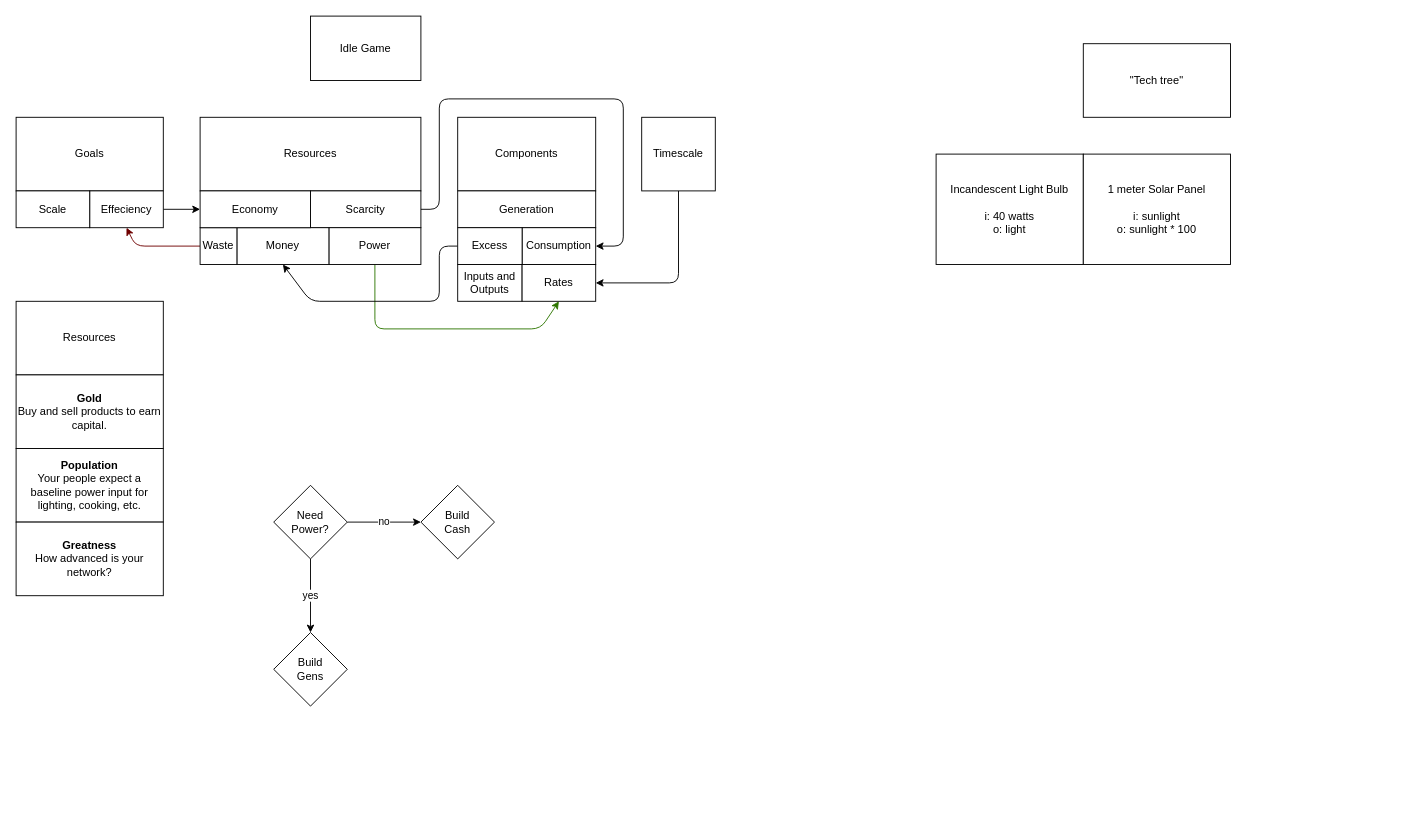
StinkyDubeau/dubeau-dot-org keeps this draw.io diagram as src/pages/Toys/Idle/Helpers/IdleGame.drawio. Above is the earlier version. Source tidied: cells renumbered, new cells numbered last; positions are measured from the earlier drawing's top-left corner, leaving out a move shared by most shapes. Both pictures are drawn from the tidied source at 92%, with x=0, y=0 at pixel (16, 16).
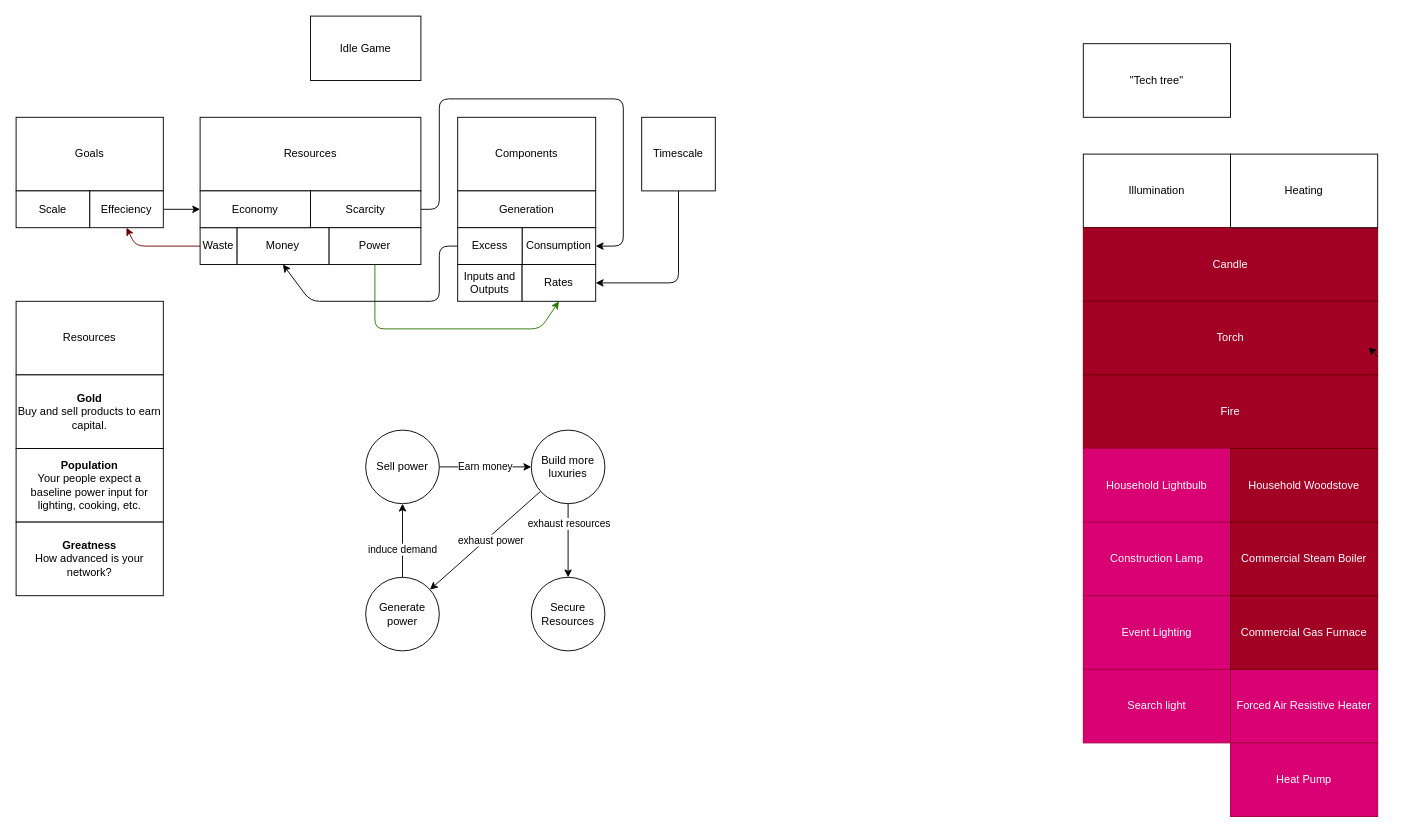
The same page after the edit.

Commit message:
Continue work on idle game drawings

Diff of the diagram source:
```diff
@@
-    <mxCell id="25" value="yes" style="edgeStyle=none;html=1;" parent="1" edge="1" source="27" target="28">
-      <mxGeometry relative="1" as="geometry" />
-    </mxCell>
-    <mxCell id="26" value="no" style="edgeStyle=none;html=1;" parent="1" edge="1" source="27" target="29">
-      <mxGeometry relative="1" as="geometry" />
-    </mxCell>
-    <mxCell id="27" value="Need&lt;div&gt;Power?&lt;/div&gt;" style="rhombus;whiteSpace=wrap;html=1;" parent="1" vertex="1">
-      <mxGeometry x="280" y="510" width="80" height="80" as="geometry" />
-    </mxCell>
-    <mxCell id="28" value="Build&lt;div&gt;Gens&lt;/div&gt;" style="rhombus;whiteSpace=wrap;html=1;" parent="1" vertex="1">
-      <mxGeometry x="280" y="670" width="80" height="80" as="geometry" />
-    </mxCell>
-    <mxCell id="29" value="Build&lt;div&gt;Cash&lt;/div&gt;" style="rhombus;whiteSpace=wrap;html=1;" parent="1" vertex="1">
-      <mxGeometry x="440" y="510" width="80" height="80" as="geometry" />
-    </mxCell>
@@
-    <mxCell id="31" value="Incandescent Light Bulb&lt;div&gt;&lt;br&gt;&lt;/div&gt;&lt;div&gt;i: 40 watts&lt;/div&gt;&lt;div&gt;o: light&lt;/div&gt;" style="rounded=0;whiteSpace=wrap;html=1;" parent="1" vertex="1">
-      <mxGeometry x="1000" y="150" width="160" height="120" as="geometry" />
-    </mxCell>
-    <mxCell id="32" value="1 meter Solar Panel&lt;div&gt;&lt;br&gt;&lt;/div&gt;&lt;div&gt;i: sunlight&lt;/div&gt;&lt;div&gt;o: sunlight * 100&lt;/div&gt;" style="rounded=0;whiteSpace=wrap;html=1;" parent="1" vertex="1">
-      <mxGeometry x="1160" y="150" width="160" height="120" as="geometry" />
-    </mxCell>
@@
+    <mxCell id="37" value="Earn money" style="edgeStyle=none;html=1;" parent="1" edge="1" source="38" target="43">
+      <mxGeometry relative="1" as="geometry" />
+    </mxCell>
+    <mxCell id="38" value="Sell power" style="ellipse;whiteSpace=wrap;html=1;" parent="1" vertex="1">
+      <mxGeometry x="380" y="450" width="80" height="80" as="geometry" />
+    </mxCell>
+    <mxCell id="39" style="edgeStyle=none;html=1;" parent="1" edge="1" source="43" target="45">
+      <mxGeometry relative="1" as="geometry" />
+    </mxCell>
+    <mxCell id="40" value="exhaust power" style="edgeLabel;html=1;align=center;verticalAlign=middle;" parent="39" vertex="1">
+      <mxGeometry x="-0.16" y="-3" relative="1" as="geometry">
+        <mxPoint x="-2" y="10" as="offset" />
+      </mxGeometry>
+    </mxCell>
+    <mxCell id="41" style="edgeStyle=none;html=1;" parent="1" edge="1" source="43" target="46">
+      <mxGeometry relative="1" as="geometry" />
+    </mxCell>
+    <mxCell id="42" value="exhaust resources" style="edgeLabel;html=1;align=center;verticalAlign=middle;" parent="41" vertex="1">
+      <mxGeometry x="-0.08" y="-1" relative="1" as="geometry">
+        <mxPoint x="1" y="-16" as="offset" />
+      </mxGeometry>
+    </mxCell>
+    <mxCell id="43" value="Build more luxuries" style="ellipse;whiteSpace=wrap;html=1;" parent="1" vertex="1">
+      <mxGeometry x="560" y="450" width="80" height="80" as="geometry" />
+    </mxCell>
+    <mxCell id="44" value="induce demand" style="edgeStyle=none;html=1;" parent="1" edge="1" source="45" target="38">
+      <mxGeometry x="-0.25" relative="1" as="geometry" />
+    </mxCell>
+    <mxCell id="45" value="Generate power" style="ellipse;whiteSpace=wrap;html=1;" parent="1" vertex="1">
+      <mxGeometry x="380" y="610" width="80" height="80" as="geometry" />
+    </mxCell>
+    <mxCell id="46" value="Secure&lt;div&gt;Resources&lt;/div&gt;" style="ellipse;whiteSpace=wrap;html=1;" parent="1" vertex="1">
+      <mxGeometry x="560" y="610" width="80" height="80" as="geometry" />
+    </mxCell>
+    <mxCell id="47" value="Illumination" style="rounded=0;whiteSpace=wrap;html=1;" parent="1" vertex="1">
+      <mxGeometry x="1160" y="150" width="160" height="80" as="geometry" />
+    </mxCell>
+    <mxCell id="48" value="Candle" style="rounded=0;whiteSpace=wrap;html=1;fillColor=#a20025;strokeColor=#6F0000;fontColor=#ffffff;" parent="1" vertex="1">
+      <mxGeometry x="1160" y="230" width="320" height="80" as="geometry" />
+    </mxCell>
+    <mxCell id="49" value="Torch" style="rounded=0;whiteSpace=wrap;html=1;fillColor=#a20025;strokeColor=#6F0000;fontColor=#ffffff;" parent="1" vertex="1">
+      <mxGeometry x="1160" y="310" width="320" height="80" as="geometry" />
+    </mxCell>
+    <mxCell id="50" value="Fire" style="rounded=0;whiteSpace=wrap;html=1;fillColor=#a20025;strokeColor=#6F0000;fontColor=#ffffff;" parent="1" vertex="1">
+      <mxGeometry x="1160" y="390" width="320" height="80" as="geometry" />
+    </mxCell>
+    <mxCell id="51" value="Household Lightbulb" style="rounded=0;whiteSpace=wrap;html=1;fillColor=#d80073;strokeColor=#A50040;fontColor=#ffffff;" parent="1" vertex="1">
+      <mxGeometry x="1160" y="470" width="160" height="80" as="geometry" />
+    </mxCell>
+    <mxCell id="52" value="Construction Lamp" style="rounded=0;whiteSpace=wrap;html=1;fillColor=#d80073;strokeColor=#A50040;fontColor=#ffffff;" parent="1" vertex="1">
+      <mxGeometry x="1160" y="550" width="160" height="80" as="geometry" />
+    </mxCell>
+    <mxCell id="53" value="Search light" style="rounded=0;whiteSpace=wrap;html=1;fillColor=#d80073;strokeColor=#A50040;fontColor=#ffffff;" parent="1" vertex="1">
+      <mxGeometry x="1160" y="710" width="160" height="80" as="geometry" />
+    </mxCell>
+    <mxCell id="54" value="Event Lighting" style="rounded=0;whiteSpace=wrap;html=1;fillColor=#d80073;strokeColor=#A50040;fontColor=#ffffff;" parent="1" vertex="1">
+      <mxGeometry x="1160" y="630" width="160" height="80" as="geometry" />
+    </mxCell>
+    <mxCell id="55" value="Heating" style="rounded=0;whiteSpace=wrap;html=1;" parent="1" vertex="1">
+      <mxGeometry x="1320" y="150" width="160" height="80" as="geometry" />
+    </mxCell>
+    <mxCell id="56" value="Forced Air Resistive Heater" style="rounded=0;whiteSpace=wrap;html=1;fillColor=#d80073;strokeColor=#A50040;fontColor=#ffffff;" parent="1" vertex="1">
+      <mxGeometry x="1320" y="710" width="160" height="80" as="geometry" />
+    </mxCell>
+    <mxCell id="57" value="Heat Pump" style="rounded=0;whiteSpace=wrap;html=1;fillColor=#d80073;strokeColor=#A50040;fontColor=#ffffff;" parent="1" vertex="1">
+      <mxGeometry x="1320" y="790" width="160" height="80" as="geometry" />
+    </mxCell>
+    <mxCell id="58" value="Household Woodstove" style="rounded=0;whiteSpace=wrap;html=1;fillColor=#a20025;strokeColor=#6F0000;fontColor=#ffffff;" parent="1" vertex="1">
+      <mxGeometry x="1320" y="470" width="160" height="80" as="geometry" />
+    </mxCell>
+    <mxCell id="59" style="edgeStyle=none;html=1;exitX=1;exitY=0.75;exitDx=0;exitDy=0;entryX=0.969;entryY=0.625;entryDx=0;entryDy=0;entryPerimeter=0;" parent="1" edge="1" source="49" target="49">
+      <mxGeometry relative="1" as="geometry" />
+    </mxCell>
+    <mxCell id="60" value="Commercial Gas Furnace" style="rounded=0;whiteSpace=wrap;html=1;fillColor=#a20025;strokeColor=#6F0000;fontColor=#ffffff;" parent="1" vertex="1">
+      <mxGeometry x="1320" y="630" width="160" height="80" as="geometry" />
+    </mxCell>
+    <mxCell id="61" value="Commercial Steam Boiler" style="rounded=0;whiteSpace=wrap;html=1;fillColor=#a20025;strokeColor=#6F0000;fontColor=#ffffff;" parent="1" vertex="1">
+      <mxGeometry x="1320" y="550" width="160" height="80" as="geometry" />
+    </mxCell>
```
